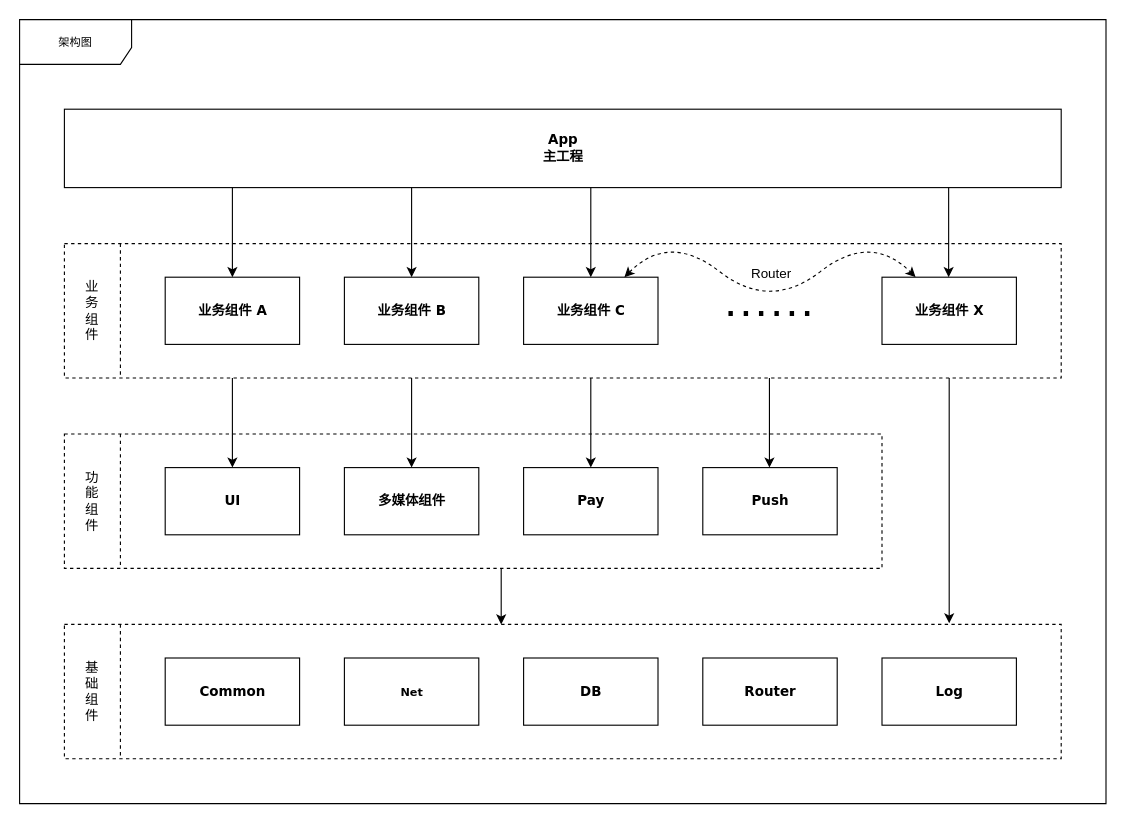
Before: ImageFolder/ArchitectureImage.drawio in RockyQu/ComponentFrames, a draw.io diagram. Source tidied: cells renumbered, new cells numbered last; positions are measured from the earlier drawing's top-left corner, leaving out a move shared by most shapes. Both pictures are drawn from the tidied source at 112%, with x=0, y=0 at pixel (19, 19).
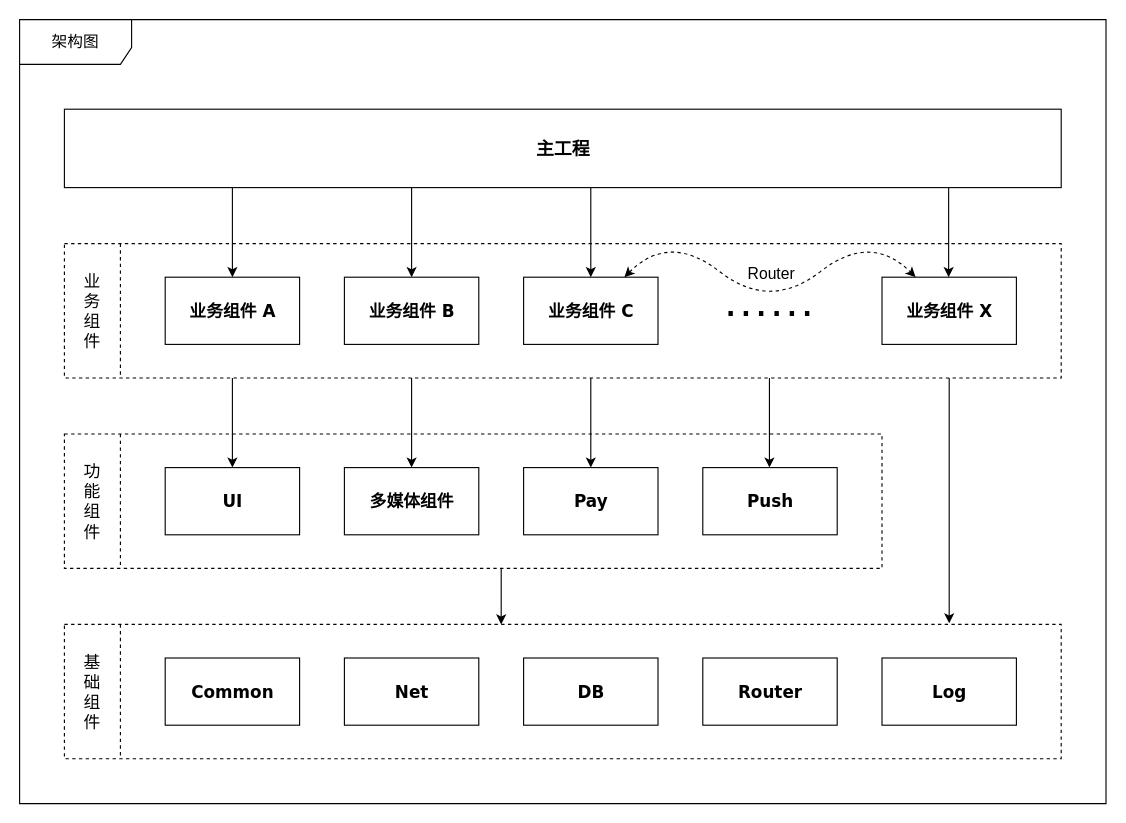
The same page after the edit.

Commit message (it also covers changes not shown here):
添加架构图

The change refers to these unchanged cells:
```xml
<mxCell id="37" style="curved=1;endArrow=classic;html=1;exitX=0.75;exitY=0;exitDx=0;exitDy=0;entryX=0.25;entryY=0;entryDx=0;entryDy=0;startArrow=classic;startFill=1;dashed=1;" parent="1" edge="1" source="10" target="5">
  <mxGeometry relative="1" as="geometry">
    <Array as="points">
      <mxPoint x="580" y="190" />
      <mxPoint x="670" y="260" />
      <mxPoint x="760" y="190" />
    </Array>
  </mxGeometry>
</mxCell>
```

The edit, as a diff of the source:
```diff
@@
-    <mxCell id="2" value="架构图" style="shape=umlFrame;whiteSpace=wrap;html=1;rounded=0;shadow=0;comic=0;labelBackgroundColor=none;strokeColor=#000000;strokeWidth=1;fillColor=#ffffff;fontFamily=Verdana;fontSize=10;fontColor=#000000;align=center;width=100;height=40;" parent="1" vertex="1">
+    <mxCell id="2" value="&lt;font style=&quot;font-size: 14px&quot;&gt;架构图&lt;/font&gt;" style="shape=umlFrame;whiteSpace=wrap;html=1;rounded=0;shadow=0;comic=0;labelBackgroundColor=none;strokeColor=#000000;strokeWidth=1;fillColor=#ffffff;fontFamily=Verdana;fontSize=12;fontColor=#000000;align=center;width=100;height=40;" parent="1" vertex="1">
       <mxGeometry width="970" height="700" as="geometry" />
     </mxCell>
@@
-    <mxCell id="4" value="&lt;div style=&quot;text-align: center ; font-size: 12px&quot;&gt;&lt;span&gt;&lt;b&gt;&lt;font style=&quot;font-size: 12px&quot;&gt;App&lt;/font&gt;&lt;/b&gt;&lt;/span&gt;&lt;/div&gt;&lt;b style=&quot;font-size: 12px&quot;&gt;&lt;div style=&quot;text-align: center&quot;&gt;&lt;b&gt;&lt;font style=&quot;font-size: 12px&quot;&gt;主工程&lt;/font&gt;&lt;/b&gt;&lt;/div&gt;&lt;/b&gt;" style="html=1;rounded=0;shadow=0;comic=0;labelBackgroundColor=none;strokeColor=#000000;strokeWidth=1;fillColor=#ffffff;fontFamily=Verdana;fontSize=10;fontColor=#000000;align=center;" parent="1" vertex="1">
+    <mxCell id="4" value="&lt;div style=&quot;text-align: center ; font-size: 12px&quot;&gt;&lt;b style=&quot;font-size: 16px&quot;&gt;主工程&lt;/b&gt;&lt;/div&gt;" style="html=1;rounded=0;shadow=0;comic=0;labelBackgroundColor=none;strokeColor=#000000;strokeWidth=1;fillColor=#ffffff;fontFamily=Verdana;fontSize=10;fontColor=#000000;align=center;" parent="1" vertex="1">
       <mxGeometry x="40" y="80" width="890" height="70" as="geometry" />
     </mxCell>
-    <mxCell id="5" value="&lt;div style=&quot;text-align: center ; font-size: 12px&quot;&gt;&lt;b&gt;业务组件 X&lt;/b&gt;&lt;/div&gt;" style="html=1;rounded=0;shadow=0;comic=0;labelBackgroundColor=none;strokeColor=#000000;strokeWidth=1;fillColor=#ffffff;fontFamily=Verdana;fontSize=10;fontColor=#000000;align=center;" parent="1" vertex="1">
+    <mxCell id="5" value="&lt;div style=&quot;text-align: center&quot;&gt;&lt;b&gt;&lt;font style=&quot;font-size: 15px&quot;&gt;业务组件 X&lt;/font&gt;&lt;/b&gt;&lt;/div&gt;" style="html=1;rounded=0;shadow=0;comic=0;labelBackgroundColor=none;strokeColor=#000000;strokeWidth=1;fillColor=#ffffff;fontFamily=Verdana;fontSize=10;fontColor=#000000;align=center;" parent="1" vertex="1">
       <mxGeometry x="770" y="230" width="120" height="60" as="geometry" />
     </mxCell>
@@
-    <mxCell id="7" value="业&lt;br&gt;务&lt;br&gt;组&lt;br&gt;件" style="text;html=1;strokeColor=none;fillColor=none;align=center;verticalAlign=middle;whiteSpace=wrap;rounded=0;dashed=1;glass=0;horizontal=1;" parent="1" vertex="1">
+    <mxCell id="7" value="&lt;font style=&quot;font-size: 15px&quot;&gt;业&lt;br&gt;务&lt;br&gt;组&lt;br&gt;件&lt;/font&gt;" style="text;html=1;strokeColor=none;fillColor=none;align=center;verticalAlign=middle;whiteSpace=wrap;rounded=0;dashed=1;glass=0;horizontal=1;" parent="1" vertex="1">
       <mxGeometry x="40" y="200" width="50" height="120" as="geometry" />
     </mxCell>
-    <mxCell id="8" value="&lt;div style=&quot;text-align: center ; font-size: 12px&quot;&gt;&lt;b&gt;业务组件 A&lt;/b&gt;&lt;/div&gt;" style="html=1;rounded=0;shadow=0;comic=0;labelBackgroundColor=none;strokeColor=#000000;strokeWidth=1;fillColor=#ffffff;fontFamily=Verdana;fontSize=10;fontColor=#000000;align=center;" parent="1" vertex="1">
+    <mxCell id="8" value="&lt;div style=&quot;text-align: center&quot;&gt;&lt;b&gt;&lt;font style=&quot;font-size: 15px&quot;&gt;业务组件 A&lt;/font&gt;&lt;/b&gt;&lt;/div&gt;" style="html=1;rounded=0;shadow=0;comic=0;labelBackgroundColor=none;strokeColor=#000000;strokeWidth=1;fillColor=#ffffff;fontFamily=Verdana;fontSize=12;fontColor=#000000;align=center;" parent="1" vertex="1">
       <mxGeometry x="130" y="230" width="120" height="60" as="geometry" />
     </mxCell>
-    <mxCell id="9" value="&lt;div style=&quot;text-align: center ; font-size: 12px&quot;&gt;&lt;b&gt;业务组件 B&lt;/b&gt;&lt;/div&gt;" style="html=1;rounded=0;shadow=0;comic=0;labelBackgroundColor=none;strokeColor=#000000;strokeWidth=1;fillColor=#ffffff;fontFamily=Verdana;fontSize=10;fontColor=#000000;align=center;" parent="1" vertex="1">
+    <mxCell id="9" value="&lt;div style=&quot;text-align: center&quot;&gt;&lt;b&gt;&lt;font style=&quot;font-size: 15px&quot;&gt;业务组件 B&lt;/font&gt;&lt;/b&gt;&lt;/div&gt;" style="html=1;rounded=0;shadow=0;comic=0;labelBackgroundColor=none;strokeColor=#000000;strokeWidth=1;fillColor=#ffffff;fontFamily=Verdana;fontSize=10;fontColor=#000000;align=center;" parent="1" vertex="1">
       <mxGeometry x="290" y="230" width="120" height="60" as="geometry" />
     </mxCell>
-    <mxCell id="10" value="&lt;div style=&quot;text-align: center ; font-size: 12px&quot;&gt;&lt;b&gt;业务组件 C&lt;/b&gt;&lt;/div&gt;" style="html=1;rounded=0;shadow=0;comic=0;labelBackgroundColor=none;strokeColor=#000000;strokeWidth=1;fillColor=#ffffff;fontFamily=Verdana;fontSize=10;fontColor=#000000;align=center;" parent="1" vertex="1">
+    <mxCell id="10" value="&lt;div style=&quot;text-align: center&quot;&gt;&lt;b&gt;&lt;font style=&quot;font-size: 15px&quot;&gt;业务组件 C&lt;/font&gt;&lt;/b&gt;&lt;/div&gt;" style="html=1;rounded=0;shadow=0;comic=0;labelBackgroundColor=none;strokeColor=#000000;strokeWidth=1;fillColor=#ffffff;fontFamily=Verdana;fontSize=10;fontColor=#000000;align=center;" parent="1" vertex="1">
       <mxGeometry x="450" y="230" width="120" height="60" as="geometry" />
     </mxCell>
@@
-    <mxCell id="13" value="功&lt;br&gt;能&lt;br&gt;组&lt;br&gt;件" style="text;html=1;strokeColor=none;fillColor=none;align=center;verticalAlign=middle;whiteSpace=wrap;rounded=0;dashed=1;glass=0;horizontal=1;" parent="1" vertex="1">
+    <mxCell id="13" value="&lt;font style=&quot;font-size: 15px&quot;&gt;功&lt;br&gt;能&lt;br&gt;组&lt;br&gt;件&lt;/font&gt;" style="text;html=1;strokeColor=none;fillColor=none;align=center;verticalAlign=middle;whiteSpace=wrap;rounded=0;dashed=1;glass=0;horizontal=1;" parent="1" vertex="1">
       <mxGeometry x="40" y="370" width="50" height="120" as="geometry" />
     </mxCell>
-    <mxCell id="14" value="&lt;div style=&quot;text-align: center ; font-size: 12px&quot;&gt;&lt;b&gt;UI&lt;/b&gt;&lt;/div&gt;" style="html=1;rounded=0;shadow=0;comic=0;labelBackgroundColor=none;strokeColor=#000000;strokeWidth=1;fillColor=#ffffff;fontFamily=Verdana;fontSize=10;fontColor=#000000;align=center;" parent="1" vertex="1">
+    <mxCell id="14" value="&lt;div style=&quot;text-align: center&quot;&gt;&lt;b&gt;&lt;font style=&quot;font-size: 15px&quot;&gt;UI&lt;/font&gt;&lt;/b&gt;&lt;/div&gt;" style="html=1;rounded=0;shadow=0;comic=0;labelBackgroundColor=none;strokeColor=#000000;strokeWidth=1;fillColor=#ffffff;fontFamily=Verdana;fontSize=10;fontColor=#000000;align=center;" parent="1" vertex="1">
       <mxGeometry x="130" y="400" width="120" height="60" as="geometry" />
     </mxCell>
-    <mxCell id="15" value="&lt;div style=&quot;text-align: center ; font-size: 12px&quot;&gt;&lt;b&gt;多媒体组件&lt;/b&gt;&lt;/div&gt;" style="html=1;rounded=0;shadow=0;comic=0;labelBackgroundColor=none;strokeColor=#000000;strokeWidth=1;fillColor=#ffffff;fontFamily=Verdana;fontSize=10;fontColor=#000000;align=center;" parent="1" vertex="1">
+    <mxCell id="15" value="&lt;div style=&quot;text-align: center&quot;&gt;&lt;b&gt;&lt;font style=&quot;font-size: 15px&quot;&gt;多媒体组件&lt;/font&gt;&lt;/b&gt;&lt;/div&gt;" style="html=1;rounded=0;shadow=0;comic=0;labelBackgroundColor=none;strokeColor=#000000;strokeWidth=1;fillColor=#ffffff;fontFamily=Verdana;fontSize=10;fontColor=#000000;align=center;" parent="1" vertex="1">
       <mxGeometry x="290" y="400" width="120" height="60" as="geometry" />
     </mxCell>
-    <mxCell id="16" value="&lt;div style=&quot;text-align: center ; font-size: 12px&quot;&gt;&lt;b&gt;Pay&lt;/b&gt;&lt;/div&gt;" style="html=1;rounded=0;shadow=0;comic=0;labelBackgroundColor=none;strokeColor=#000000;strokeWidth=1;fillColor=#ffffff;fontFamily=Verdana;fontSize=10;fontColor=#000000;align=center;" parent="1" vertex="1">
+    <mxCell id="16" value="&lt;div style=&quot;text-align: center&quot;&gt;&lt;b&gt;&lt;font style=&quot;font-size: 15px&quot;&gt;Pay&lt;/font&gt;&lt;/b&gt;&lt;/div&gt;" style="html=1;rounded=0;shadow=0;comic=0;labelBackgroundColor=none;strokeColor=#000000;strokeWidth=1;fillColor=#ffffff;fontFamily=Verdana;fontSize=10;fontColor=#000000;align=center;" parent="1" vertex="1">
       <mxGeometry x="450" y="400" width="120" height="60" as="geometry" />
     </mxCell>
@@
-    <mxCell id="18" value="&lt;div style=&quot;text-align: center ; font-size: 12px&quot;&gt;&lt;b&gt;Common&lt;/b&gt;&lt;/div&gt;" style="html=1;rounded=0;shadow=0;comic=0;labelBackgroundColor=none;strokeColor=#000000;strokeWidth=1;fillColor=#ffffff;fontFamily=Verdana;fontSize=10;fontColor=#000000;align=center;" parent="1" vertex="1">
+    <mxCell id="18" value="&lt;div style=&quot;text-align: center&quot;&gt;&lt;b&gt;&lt;font style=&quot;font-size: 15px&quot;&gt;Common&lt;/font&gt;&lt;/b&gt;&lt;/div&gt;" style="html=1;rounded=0;shadow=0;comic=0;labelBackgroundColor=none;strokeColor=#000000;strokeWidth=1;fillColor=#ffffff;fontFamily=Verdana;fontSize=10;fontColor=#000000;align=center;" parent="1" vertex="1">
       <mxGeometry x="130" y="570" width="120" height="60" as="geometry" />
     </mxCell>
@@
-    <mxCell id="20" value="基&lt;br&gt;础&lt;br&gt;组&lt;br&gt;件" style="text;html=1;strokeColor=none;fillColor=none;align=center;verticalAlign=middle;whiteSpace=wrap;rounded=0;dashed=1;glass=0;horizontal=1;" parent="1" vertex="1">
+    <mxCell id="20" value="&lt;font style=&quot;font-size: 15px&quot;&gt;基&lt;br&gt;础&lt;br&gt;组&lt;br&gt;件&lt;/font&gt;" style="text;html=1;strokeColor=none;fillColor=none;align=center;verticalAlign=middle;whiteSpace=wrap;rounded=0;dashed=1;glass=0;horizontal=1;" parent="1" vertex="1">
       <mxGeometry x="40" y="540" width="50" height="120" as="geometry" />
     </mxCell>
-    <mxCell id="21" value="&lt;div style=&quot;text-align: center&quot;&gt;&lt;b&gt;Net&lt;/b&gt;&lt;/div&gt;" style="html=1;rounded=0;shadow=0;comic=0;labelBackgroundColor=none;strokeColor=#000000;strokeWidth=1;fillColor=#ffffff;fontFamily=Verdana;fontSize=10;fontColor=#000000;align=center;" parent="1" vertex="1">
+    <mxCell id="21" value="&lt;div style=&quot;text-align: center&quot;&gt;&lt;b&gt;&lt;font style=&quot;font-size: 15px&quot;&gt;Net&lt;/font&gt;&lt;/b&gt;&lt;/div&gt;" style="html=1;rounded=0;shadow=0;comic=0;labelBackgroundColor=none;strokeColor=#000000;strokeWidth=1;fillColor=#ffffff;fontFamily=Verdana;fontSize=10;fontColor=#000000;align=center;" parent="1" vertex="1">
       <mxGeometry x="290" y="570" width="120" height="60" as="geometry" />
     </mxCell>
-    <mxCell id="22" value="&lt;div style=&quot;text-align: center ; font-size: 12px&quot;&gt;&lt;b&gt;Log&lt;/b&gt;&lt;/div&gt;" style="html=1;rounded=0;shadow=0;comic=0;labelBackgroundColor=none;strokeColor=#000000;strokeWidth=1;fillColor=#ffffff;fontFamily=Verdana;fontSize=10;fontColor=#000000;align=center;" parent="1" vertex="1">
+    <mxCell id="22" value="&lt;div style=&quot;text-align: center&quot;&gt;&lt;b&gt;&lt;font style=&quot;font-size: 15px&quot;&gt;Log&lt;/font&gt;&lt;/b&gt;&lt;/div&gt;" style="html=1;rounded=0;shadow=0;comic=0;labelBackgroundColor=none;strokeColor=#000000;strokeWidth=1;fillColor=#ffffff;fontFamily=Verdana;fontSize=10;fontColor=#000000;align=center;" parent="1" vertex="1">
       <mxGeometry x="770" y="570" width="120" height="60" as="geometry" />
     </mxCell>
-    <mxCell id="23" value="&lt;div style=&quot;text-align: center ; font-size: 12px&quot;&gt;&lt;b&gt;DB&lt;/b&gt;&lt;/div&gt;" style="html=1;rounded=0;shadow=0;comic=0;labelBackgroundColor=none;strokeColor=#000000;strokeWidth=1;fillColor=#ffffff;fontFamily=Verdana;fontSize=10;fontColor=#000000;align=center;" parent="1" vertex="1">
+    <mxCell id="23" value="&lt;div style=&quot;text-align: center&quot;&gt;&lt;b&gt;&lt;font style=&quot;font-size: 15px&quot;&gt;DB&lt;/font&gt;&lt;/b&gt;&lt;/div&gt;" style="html=1;rounded=0;shadow=0;comic=0;labelBackgroundColor=none;strokeColor=#000000;strokeWidth=1;fillColor=#ffffff;fontFamily=Verdana;fontSize=10;fontColor=#000000;align=center;" parent="1" vertex="1">
       <mxGeometry x="450" y="570" width="120" height="60" as="geometry" />
     </mxCell>
-    <mxCell id="24" value="&lt;div style=&quot;text-align: center ; font-size: 12px&quot;&gt;&lt;b&gt;Router&lt;/b&gt;&lt;/div&gt;" style="html=1;rounded=0;shadow=0;comic=0;labelBackgroundColor=none;strokeColor=#000000;strokeWidth=1;fillColor=#ffffff;fontFamily=Verdana;fontSize=10;fontColor=#000000;align=center;" parent="1" vertex="1">
+    <mxCell id="24" value="&lt;div style=&quot;text-align: center&quot;&gt;&lt;b&gt;&lt;font style=&quot;font-size: 15px&quot;&gt;Router&lt;/font&gt;&lt;/b&gt;&lt;/div&gt;" style="html=1;rounded=0;shadow=0;comic=0;labelBackgroundColor=none;strokeColor=#000000;strokeWidth=1;fillColor=#ffffff;fontFamily=Verdana;fontSize=10;fontColor=#000000;align=center;" parent="1" vertex="1">
       <mxGeometry x="610" y="570" width="120" height="60" as="geometry" />
     </mxCell>
@@
-    <mxCell id="26" value="&lt;div style=&quot;text-align: center ; font-size: 12px&quot;&gt;&lt;b&gt;Push&lt;/b&gt;&lt;/div&gt;" style="html=1;rounded=0;shadow=0;comic=0;labelBackgroundColor=none;strokeColor=#000000;strokeWidth=1;fillColor=#ffffff;fontFamily=Verdana;fontSize=10;fontColor=#000000;align=center;" parent="1" vertex="1">
+    <mxCell id="26" value="&lt;div style=&quot;text-align: center&quot;&gt;&lt;b&gt;&lt;font style=&quot;font-size: 15px&quot;&gt;Push&lt;/font&gt;&lt;/b&gt;&lt;/div&gt;" style="html=1;rounded=0;shadow=0;comic=0;labelBackgroundColor=none;strokeColor=#000000;strokeWidth=1;fillColor=#ffffff;fontFamily=Verdana;fontSize=10;fontColor=#000000;align=center;" parent="1" vertex="1">
       <mxGeometry x="610" y="400" width="120" height="60" as="geometry" />
     </mxCell>
@@
-    <mxCell id="38" value="Router&lt;br&gt;" style="text;html=1;align=center;verticalAlign=middle;labelBackgroundColor=#ffffff;" parent="37" vertex="1">
+    <mxCell id="38" value="&lt;font style=&quot;font-size: 14px&quot;&gt;Router&lt;/font&gt;&lt;br&gt;" style="text;html=1;align=center;verticalAlign=middle;labelBackgroundColor=#ffffff;" parent="37" vertex="1">
       <mxGeometry x="0.07" y="16" relative="1" as="geometry">
         <mxPoint x="1" y="-13" as="offset" />
       </mxGeometry>
     </mxCell>
```
